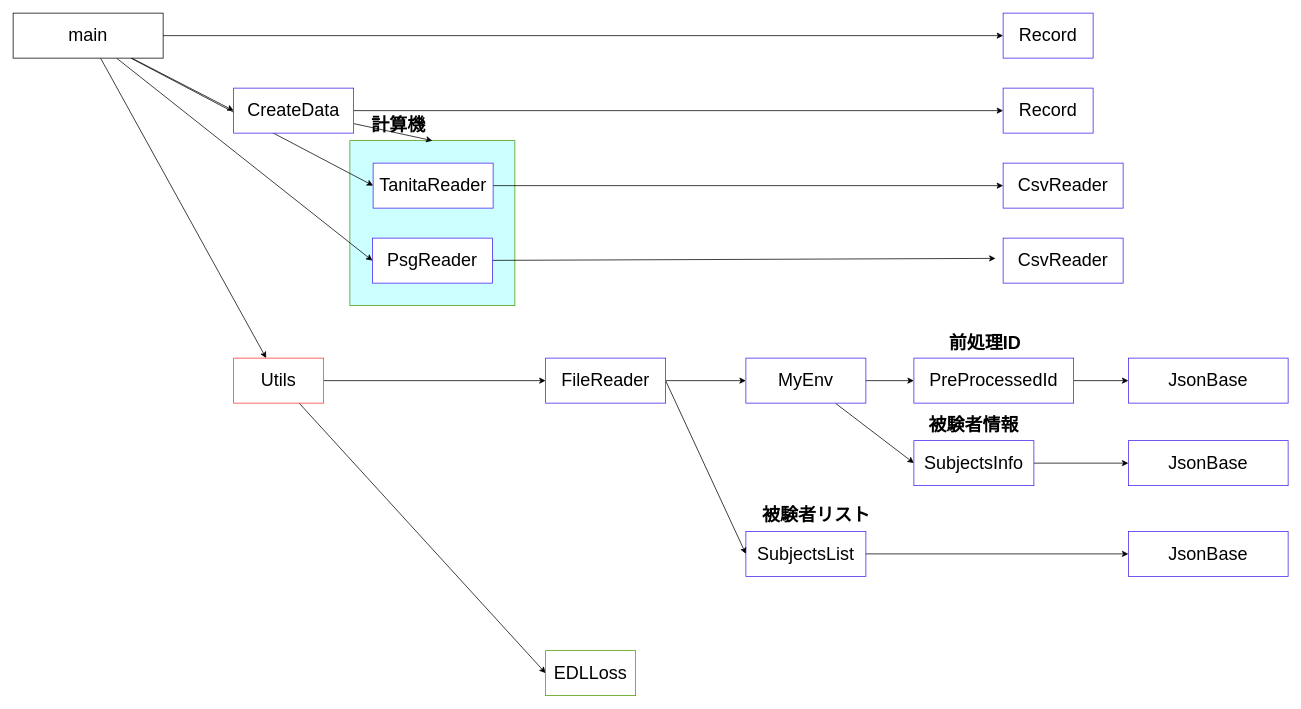
Taiki-jp/sleep_study keeps this draw.io diagram as page "main.py" (1 of 4) of pre_process/architecture.dio. Above is the earlier version. Source tidied: cells renumbered, new cells numbered last; positions are measured from the earlier drawing's top-left corner, leaving out a move shared by most shapes. Both pictures are drawn from the tidied source at 75%, with x=0, y=0 at pixel (13, 13).
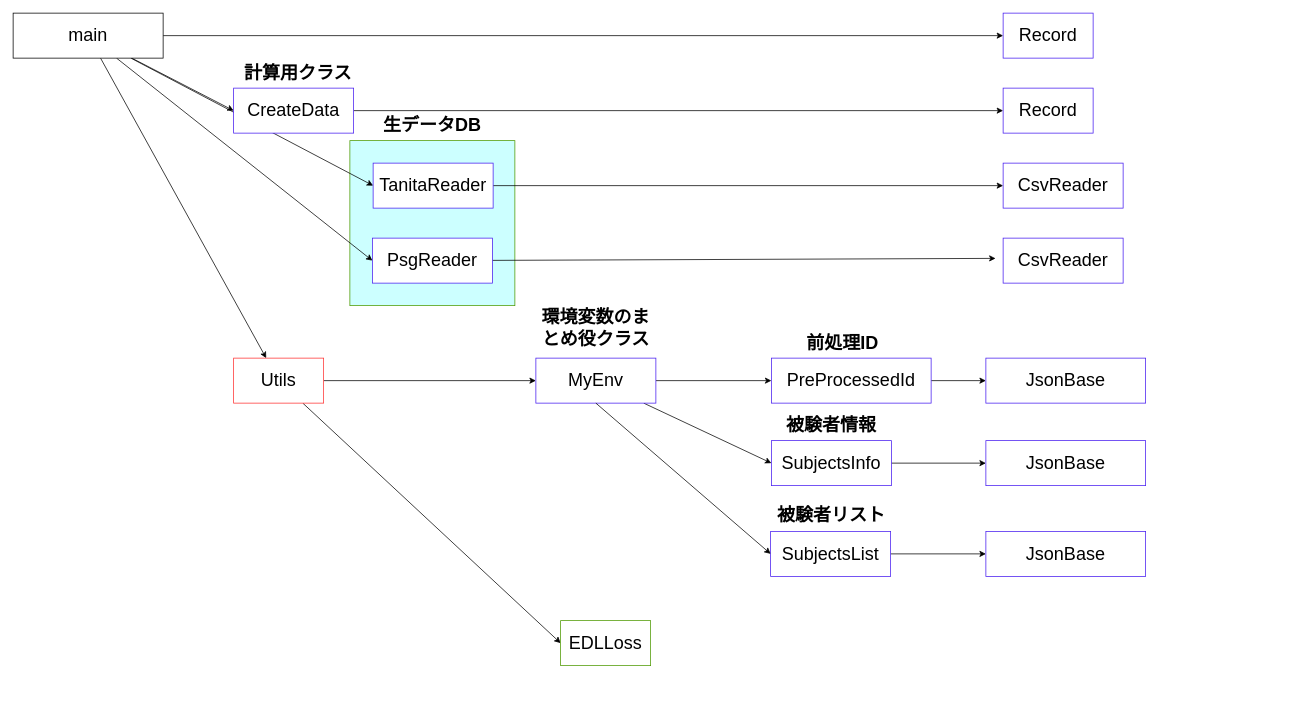
The same page after the edit.

The change refers to these unchanged cells:
```xml
<mxCell id="2" style="whiteSpace=wrap;html=1;strokeColor=#4D9900;fillColor=#CCFFFF;" parent="1" vertex="1">
  <mxGeometry x="449" y="170" width="220" height="220" as="geometry" />
</mxCell>
<mxCell id="11" value="&lt;font style=&quot;font-size: 24px&quot;&gt;Utils&lt;/font&gt;" style="whiteSpace=wrap;html=1;strokeColor=#FF3333;" parent="1" vertex="1">
  <mxGeometry x="294" y="460" width="120" height="60" as="geometry" />
</mxCell>
<mxCell id="15" value="&lt;font style=&quot;font-size: 24px&quot;&gt;CreateData&lt;/font&gt;" style="whiteSpace=wrap;html=1;strokeColor=#471DF0;" parent="1" vertex="1">
  <mxGeometry x="294" y="100" width="160" height="60" as="geometry" />
</mxCell>
```

The edit, as a diff of the source:
```diff
@@
-    <mxCell id="9" style="edgeStyle=none;html=1;exitX=1;exitY=0.5;exitDx=0;exitDy=0;entryX=0;entryY=0.5;entryDx=0;entryDy=0;" parent="1" edge="1" source="11" target="38">
+    <mxCell id="9" style="edgeStyle=none;html=1;exitX=1;exitY=0.5;exitDx=0;exitDy=0;entryX=0;entryY=0.5;entryDx=0;entryDy=0;" parent="1" edge="1" source="11" target="23">
       <mxGeometry relative="1" as="geometry" />
     </mxCell>
@@
-    <mxCell id="12" style="edgeStyle=none;html=1;entryX=0;entryY=0.5;entryDx=0;entryDy=0;exitX=1;exitY=0.5;exitDx=0;exitDy=0;" parent="1" edge="1" source="38" target="23">
-      <mxGeometry relative="1" as="geometry" />
-    </mxCell>
@@
-    <mxCell id="14" style="edgeStyle=none;html=1;entryX=0.5;entryY=0;entryDx=0;entryDy=0;" parent="1" edge="1" source="15" target="2">
-      <mxGeometry relative="1" as="geometry" />
-    </mxCell>
@@
     <mxCell id="23" value="&lt;font style=&quot;font-size: 24px&quot;&gt;MyEnv&lt;/font&gt;" style="whiteSpace=wrap;html=1;strokeColor=#471DF0;" parent="1" vertex="1">
-      <mxGeometry x="977" y="460" width="160" height="60" as="geometry" />
+      <mxGeometry x="697" y="460" width="160" height="60" as="geometry" />
     </mxCell>
@@
     <mxCell id="25" value="&lt;font style=&quot;font-size: 24px&quot;&gt;SubjectsList&lt;/font&gt;" style="whiteSpace=wrap;html=1;strokeColor=#471DF0;" parent="1" vertex="1">
-      <mxGeometry x="977" y="691" width="160" height="60" as="geometry" />
+      <mxGeometry x="1010" y="691" width="160" height="60" as="geometry" />
     </mxCell>
-    <mxCell id="26" style="edgeStyle=none;html=1;entryX=0;entryY=0.5;entryDx=0;entryDy=0;exitX=1;exitY=0.5;exitDx=0;exitDy=0;" parent="1" edge="1" source="38" target="25">
+    <mxCell id="26" style="edgeStyle=none;html=1;entryX=0;entryY=0.5;entryDx=0;entryDy=0;exitX=0.5;exitY=1;exitDx=0;exitDy=0;" parent="1" edge="1" source="23" target="25">
       <mxGeometry relative="1" as="geometry" />
     </mxCell>
@@
     <mxCell id="28" value="&lt;font style=&quot;font-size: 24px&quot;&gt;PreProcessedId&lt;/font&gt;" style="whiteSpace=wrap;html=1;strokeColor=#471DF0;" parent="1" vertex="1">
-      <mxGeometry x="1201" y="460" width="213" height="60" as="geometry" />
+      <mxGeometry x="1011" y="460" width="213" height="60" as="geometry" />
     </mxCell>
@@
     <mxCell id="30" value="&lt;font style=&quot;font-size: 24px&quot;&gt;SubjectsInfo&lt;/font&gt;" style="whiteSpace=wrap;html=1;strokeColor=#471DF0;" parent="1" vertex="1">
-      <mxGeometry x="1201" y="570" width="160" height="60" as="geometry" />
+      <mxGeometry x="1011" y="570" width="160" height="60" as="geometry" />
     </mxCell>
     <mxCell id="31" value="&lt;span style=&quot;font-size: 24px&quot;&gt;JsonBase&lt;/span&gt;" style="whiteSpace=wrap;html=1;strokeColor=#471DF0;" parent="1" vertex="1">
-      <mxGeometry x="1487" y="460" width="213" height="60" as="geometry" />
+      <mxGeometry x="1297" y="460" width="213" height="60" as="geometry" />
     </mxCell>
     <mxCell id="32" value="&lt;span style=&quot;font-size: 24px&quot;&gt;JsonBase&lt;/span&gt;" style="whiteSpace=wrap;html=1;strokeColor=#471DF0;" parent="1" vertex="1">
-      <mxGeometry x="1487" y="570" width="213" height="60" as="geometry" />
+      <mxGeometry x="1297" y="570" width="213" height="60" as="geometry" />
     </mxCell>
     <mxCell id="33" value="&lt;span style=&quot;font-size: 24px&quot;&gt;JsonBase&lt;/span&gt;" style="whiteSpace=wrap;html=1;strokeColor=#471DF0;" parent="1" vertex="1">
-      <mxGeometry x="1487" y="691" width="213" height="60" as="geometry" />
+      <mxGeometry x="1297" y="691" width="213" height="60" as="geometry" />
     </mxCell>
@@
     <mxCell id="37" value="&lt;font style=&quot;font-size: 24px&quot;&gt;EDLLoss&lt;/font&gt;" style="whiteSpace=wrap;html=1;strokeColor=#4D9900;" parent="1" vertex="1">
-      <mxGeometry x="710" y="850" width="120" height="60" as="geometry" />
+      <mxGeometry x="730" y="810" width="120" height="60" as="geometry" />
     </mxCell>
-    <mxCell id="38" value="&lt;font style=&quot;font-size: 24px&quot;&gt;FileReader&lt;/font&gt;" style="whiteSpace=wrap;html=1;strokeColor=#471DF0;" parent="1" vertex="1">
-      <mxGeometry x="710" y="460" width="160" height="60" as="geometry" />
-    </mxCell>
-    <mxCell id="39" value="&lt;font style=&quot;font-size: 24px&quot;&gt;計算機&lt;/font&gt;" style="text;html=1;strokeColor=none;fillColor=none;align=center;verticalAlign=middle;whiteSpace=wrap;rounded=0;fontStyle=1;shadow=0;" parent="1" vertex="1">
-      <mxGeometry x="449" y="140" width="130" height="20" as="geometry" />
+    <mxCell id="39" value="&lt;font style=&quot;font-size: 24px&quot;&gt;計算用クラス&lt;/font&gt;" style="text;html=1;strokeColor=none;fillColor=none;align=center;verticalAlign=middle;whiteSpace=wrap;rounded=0;fontStyle=1;shadow=0;" parent="1" vertex="1">
+      <mxGeometry x="300" y="70" width="160" height="20" as="geometry" />
     </mxCell>
     <mxCell id="40" value="&lt;span style=&quot;font-size: 24px&quot;&gt;前処理ID&lt;/span&gt;" style="text;html=1;strokeColor=none;fillColor=none;align=center;verticalAlign=middle;whiteSpace=wrap;rounded=0;fontStyle=1;shadow=0;" parent="1" vertex="1">
-      <mxGeometry x="1231" y="430" width="130" height="20" as="geometry" />
+      <mxGeometry x="1041" y="430" width="130" height="20" as="geometry" />
     </mxCell>
     <mxCell id="41" value="&lt;span style=&quot;font-size: 24px&quot;&gt;被験者情報&lt;/span&gt;" style="text;html=1;strokeColor=none;fillColor=none;align=center;verticalAlign=middle;whiteSpace=wrap;rounded=0;fontStyle=1;shadow=0;" parent="1" vertex="1">
-      <mxGeometry x="1216" y="540" width="130" height="20" as="geometry" />
+      <mxGeometry x="1026" y="540" width="130" height="20" as="geometry" />
     </mxCell>
     <mxCell id="42" value="&lt;span style=&quot;font-size: 24px&quot;&gt;被験者リスト&lt;/span&gt;" style="text;html=1;strokeColor=none;fillColor=none;align=center;verticalAlign=middle;whiteSpace=wrap;rounded=0;fontStyle=1;shadow=0;" parent="1" vertex="1">
-      <mxGeometry x="992" y="660" width="158" height="20" as="geometry" />
+      <mxGeometry x="1012" y="660" width="158" height="20" as="geometry" />
     </mxCell>
+    <mxCell id="43" value="&lt;span style=&quot;font-size: 24px&quot;&gt;生データDB&lt;/span&gt;" style="text;html=1;strokeColor=none;fillColor=none;align=center;verticalAlign=middle;whiteSpace=wrap;rounded=0;fontStyle=1;shadow=0;" parent="1" vertex="1">
+      <mxGeometry x="479" y="140" width="160" height="20" as="geometry" />
+    </mxCell>
+    <mxCell id="44" value="&lt;span style=&quot;font-size: 24px&quot;&gt;環境変数のまとめ役クラス&lt;/span&gt;" style="text;html=1;strokeColor=none;fillColor=none;align=center;verticalAlign=middle;whiteSpace=wrap;rounded=0;fontStyle=1;shadow=0;" parent="1" vertex="1">
+      <mxGeometry x="697" y="410" width="160" height="20" as="geometry" />
+    </mxCell>
```
